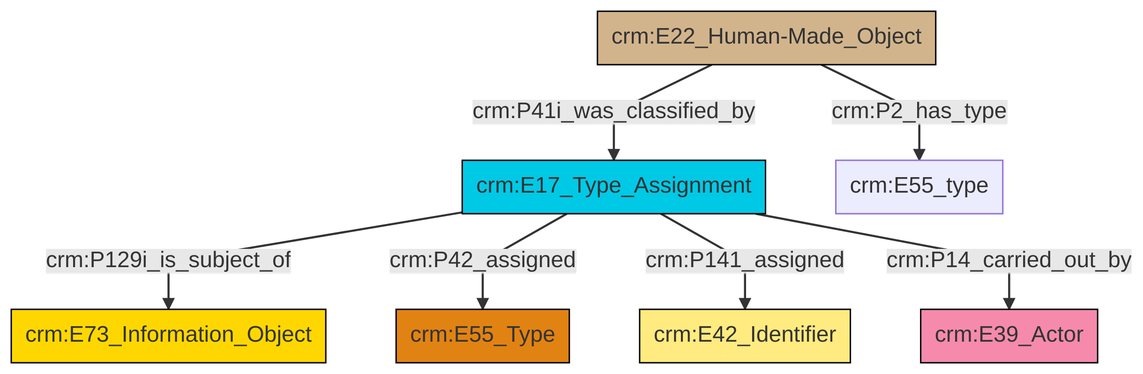
This is et/builtWorkCSV/ttl/mmd/png/Built_Work_designation_status.png from swiss-art-research-net/docs.swissartresearch, a Mermaid export, as it was before one commit. Its source is kept beside it as et/builtWorkCSV/ttl/mmd/Built_Work_designation_status.ttl.mmd.
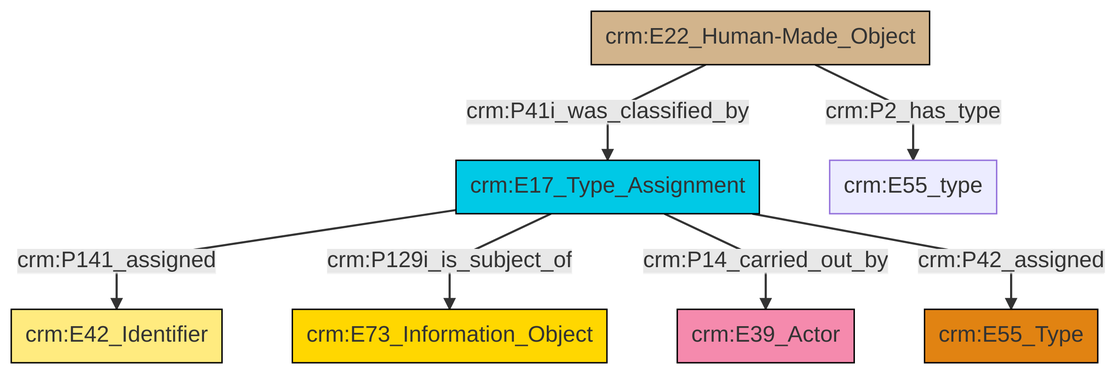
The same file after the commit.

The edit, as a diff of the source:
```diff
@@ -13,9 +13,9 @@
 classDef PC_Classes fill:#4ce600, stroke:#000000;
 classDef Multi fill:#cccccc,stroke:#000000;
 
-0["crm:E17_Type_Assignment"]:::Temporal_Entity -->|crm:P129i_is_subject_of| 1["crm:E73_Information_Object"]:::Conceptual_Object
-0["crm:E17_Type_Assignment"]:::Temporal_Entity -->|crm:P42_assigned| 4["crm:E55_Type"]:::Type
-0["crm:E17_Type_Assignment"]:::Temporal_Entity -->|crm:P141_assigned| 5["crm:E42_Identifier"]:::Appellation
-9["crm:E22_Human-Made_Object"]:::Physical_Thing -->|crm:P2_has_type| 7["crm:E55_type"]:::Default
-0["crm:E17_Type_Assignment"]:::Temporal_Entity -->|crm:P14_carried_out_by| 2["crm:E39_Actor"]:::Actor
-9["crm:E22_Human-Made_Object"]:::Physical_Thing -->|crm:P41i_was_classified_by| 0["crm:E17_Type_Assignment"]:::Temporal_Entity
+0["crm:E22_Human-Made_Object"]:::Physical_Thing -->|crm:P41i_was_classified_by| 1["crm:E17_Type_Assignment"]:::Temporal_Entity
+1["crm:E17_Type_Assignment"]:::Temporal_Entity -->|crm:P141_assigned| 3["crm:E42_Identifier"]:::Appellation
+1["crm:E17_Type_Assignment"]:::Temporal_Entity -->|crm:P129i_is_subject_of| 7["crm:E73_Information_Object"]:::Conceptual_Object
+1["crm:E17_Type_Assignment"]:::Temporal_Entity -->|crm:P14_carried_out_by| 8["crm:E39_Actor"]:::Actor
+1["crm:E17_Type_Assignment"]:::Temporal_Entity -->|crm:P42_assigned| 10["crm:E55_Type"]:::Type
+0["crm:E22_Human-Made_Object"]:::Physical_Thing -->|crm:P2_has_type| 5["crm:E55_type"]:::Default
```
